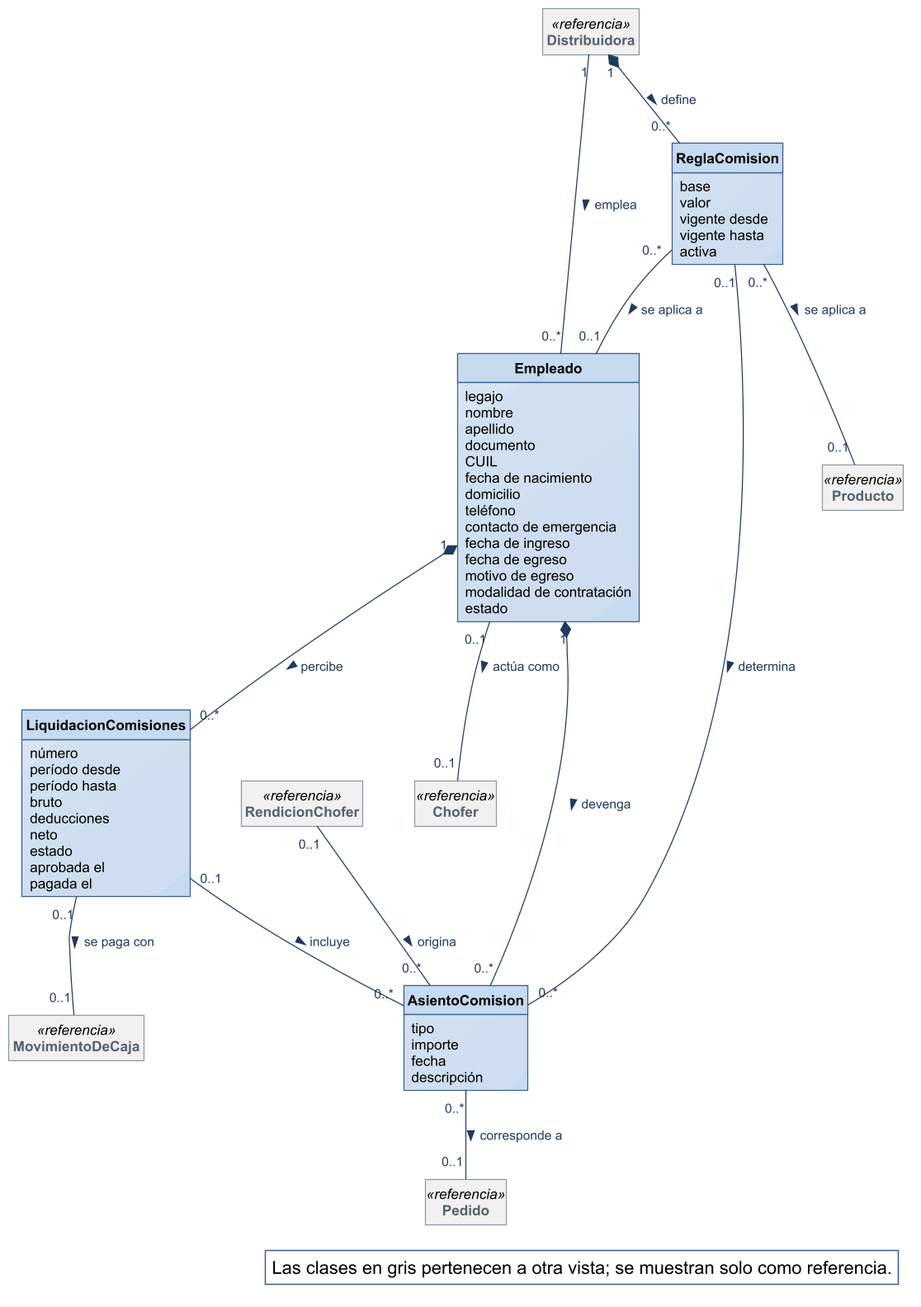
Nahuelito-Dev/splg-docs keeps this PlantUML diagram as diagramas/modelo-conceptual/MC_Comisiones.png. Above is the earlier version.
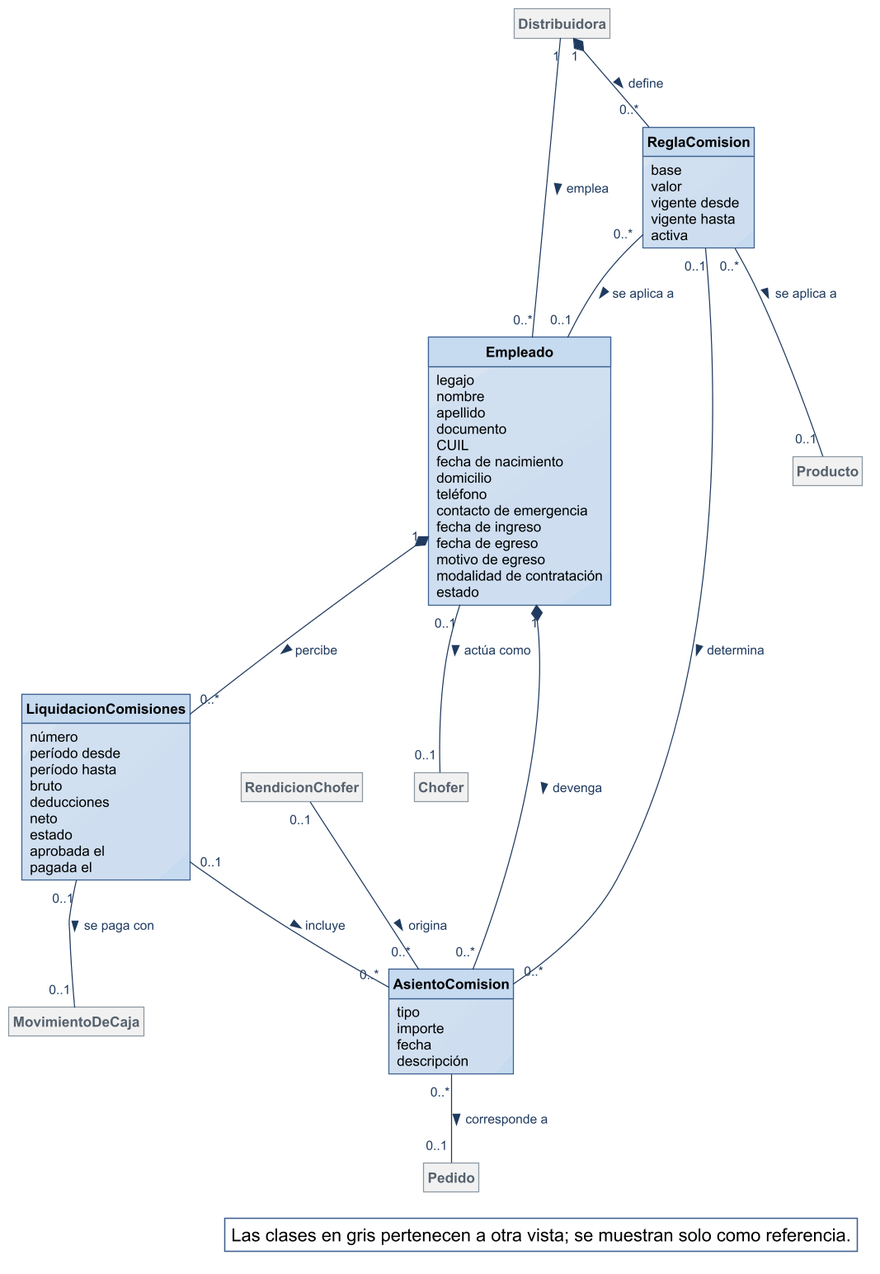
Above is the later version.

What changed in the source:
```diff
@@ -2,11 +2,6 @@
 !include ../estilo-vp.iuml
 skinparam nodesep 40
 skinparam ranksep 55
-skinparam class<<referencia>> {
-  BackgroundColor #F1F1F1
-  BorderColor #8A97A3
-  FontColor #55616C
-}
 skinparam packageStyle rectangle
 hide circle
 hide methods
@@ -52,12 +47,12 @@
   aprobada el
   pagada el
 }
-class Chofer <<referencia>>
-class Producto <<referencia>>
-class Pedido <<referencia>>
-class MovimientoDeCaja <<referencia>>
-class Distribuidora <<referencia>>
-class RendicionChofer <<referencia>>
+class Chofer #F1F1F1;line:8A97A3;text:55616C
+class Producto #F1F1F1;line:8A97A3;text:55616C
+class Pedido #F1F1F1;line:8A97A3;text:55616C
+class MovimientoDeCaja #F1F1F1;line:8A97A3;text:55616C
+class Distribuidora #F1F1F1;line:8A97A3;text:55616C
+class RendicionChofer #F1F1F1;line:8A97A3;text:55616C
 
 
 Distribuidora "1" -- "0..*" Empleado : emplea >
```
